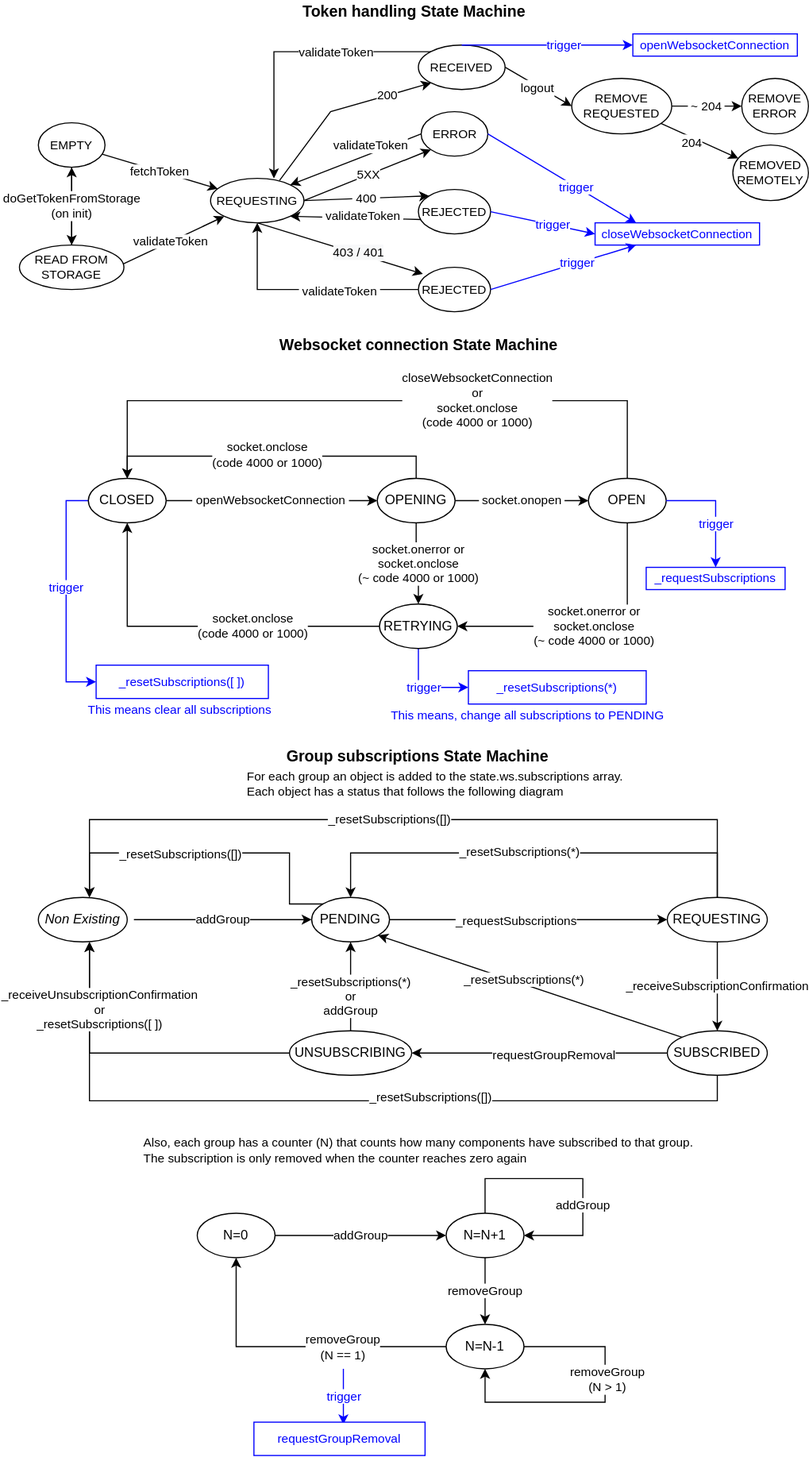
lsst-ts/LOVE-frontend keeps this draw.io diagram as love/docsrc/assets/redux-ws-connection.svg. Above is the earlier version. Source tidied: cells renumbered, new cells last; positions are measured from the earlier drawing's top-left corner, leaving out a move shared by most shapes.
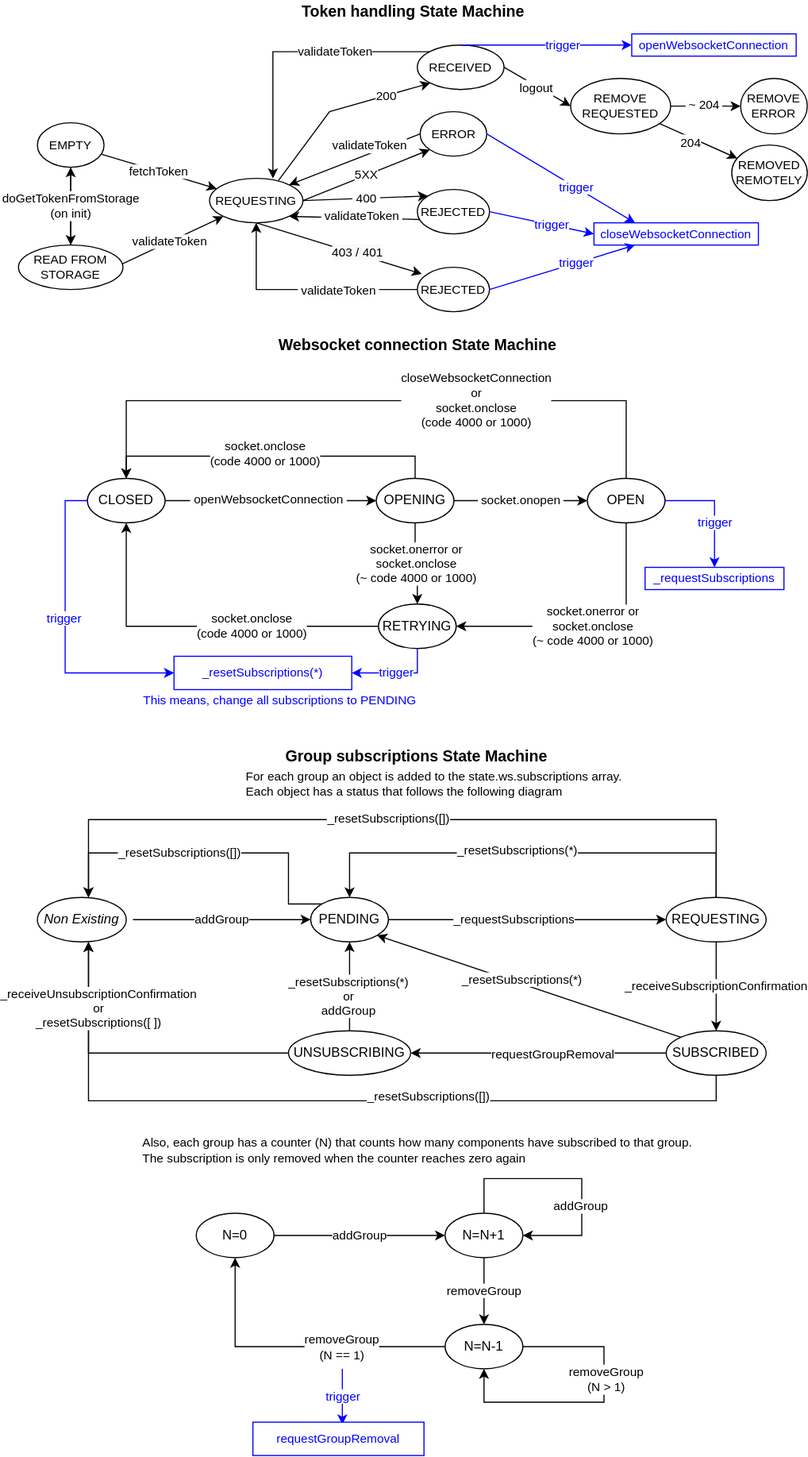
After the change.

Commit message:
Update diagram accordingly

What changed in the source:
```diff
@@ -2,7 +2,7 @@
   <root>
     <mxCell id="0" />
     <mxCell id="1" parent="0" />
-    <mxCell id="2" style="edgeStyle=orthogonalEdgeStyle;rounded=0;jettySize=auto;html=1;entryX=0;entryY=0.5;entryDx=0;entryDy=0;strokeColor=#0000FF;fontSize=11;fontColor=#000000;exitX=0;exitY=0.5;exitDx=0;exitDy=0;" parent="1" edge="1" source="4" target="49">
+    <mxCell id="2" style="edgeStyle=orthogonalEdgeStyle;rounded=0;jettySize=auto;html=1;entryX=0;entryY=0.5;entryDx=0;entryDy=0;strokeColor=#0000FF;fontSize=11;fontColor=#000000;exitX=0;exitY=0.5;exitDx=0;exitDy=0;" parent="1" edge="1" source="4" target="46">
       <mxGeometry relative="1" as="geometry" />
     </mxCell>
     <mxCell id="3" value="trigger" style="text;html=1;align=center;verticalAlign=middle;labelBackgroundColor=#ffffff;fontSize=11;fontColor=#0000FF;" parent="2" vertex="1">
@@ -34,7 +34,7 @@
     <mxCell id="10" value="socket.onclose&lt;br&gt;(code 4000 or 1000)" style="edgeStyle=orthogonalEdgeStyle;rounded=0;jettySize=auto;html=1;entryX=0.5;entryY=1;entryDx=0;entryDy=0;fontSize=11;" parent="1" edge="1" source="12" target="4">
       <mxGeometry x="-0.29" relative="1" as="geometry" />
     </mxCell>
-    <mxCell id="11" value="&lt;font color=&quot;#0000ff&quot;&gt;trigger&lt;/font&gt;" style="edgeStyle=orthogonalEdgeStyle;rounded=0;jettySize=auto;html=1;exitX=0.5;exitY=1;exitDx=0;exitDy=0;entryX=0;entryY=0.5;entryDx=0;entryDy=0;fontSize=11;strokeColor=#0000FF;" parent="1" edge="1" source="12" target="46">
+    <mxCell id="11" value="&lt;font color=&quot;#0000ff&quot;&gt;trigger&lt;/font&gt;" style="edgeStyle=orthogonalEdgeStyle;rounded=0;jettySize=auto;html=1;exitX=0.5;exitY=1;exitDx=0;exitDy=0;entryX=1;entryY=0.5;entryDx=0;entryDy=0;fontSize=11;strokeColor=#0000FF;" parent="1" edge="1" source="12" target="46">
       <mxGeometry relative="1" as="geometry" />
     </mxCell>
     <mxCell id="12" value="RETRYING" style="ellipse;whiteSpace=wrap;html=1;" parent="1" vertex="1">
@@ -177,7 +177,7 @@
       <mxGeometry x="203" y="690" width="350" height="30" as="geometry" />
     </mxCell>
     <mxCell id="46" value="&lt;span style=&quot;color: rgb(0 , 0 , 255) ; white-space: normal ; background-color: rgb(255 , 255 , 255)&quot;&gt;_resetSubscriptions(*)&lt;/span&gt;" style="rounded=0;whiteSpace=wrap;html=1;fontSize=11;strokeColor=#0000FF;" parent="1" vertex="1">
-      <mxGeometry x="404" y="603" width="160" height="30" as="geometry" />
+      <mxGeometry x="140" y="590" width="160" height="30" as="geometry" />
     </mxCell>
     <mxCell id="47" value="&lt;font color=&quot;#0000ff&quot;&gt;trigger&lt;/font&gt;" style="edgeStyle=orthogonalEdgeStyle;rounded=0;jettySize=auto;html=1;exitX=1;exitY=0.5;exitDx=0;exitDy=0;entryX=0.5;entryY=0;entryDx=0;entryDy=0;fontSize=11;strokeColor=#0000FF;" parent="1" edge="1" source="9" target="48">
       <mxGeometry x="-0.15" y="-20" relative="1" as="geometry">
@@ -187,14 +187,8 @@
     <mxCell id="48" value="&lt;span style=&quot;white-space: nowrap ; background-color: rgb(255 , 255 , 255)&quot;&gt;&lt;font color=&quot;#0000ff&quot;&gt;_requestSubscriptions&lt;/font&gt;&lt;/span&gt;" style="rounded=0;whiteSpace=wrap;html=1;fontSize=11;strokeColor=#0000FF;" parent="1" vertex="1">
       <mxGeometry x="564" y="510" width="125" height="20" as="geometry" />
     </mxCell>
-    <mxCell id="49" value="&lt;span style=&quot;color: rgb(0 , 0 , 255) ; white-space: normal ; background-color: rgb(255 , 255 , 255)&quot;&gt;_resetSubscriptions([ ])&lt;/span&gt;" style="rounded=0;whiteSpace=wrap;html=1;fontSize=11;strokeColor=#0000FF;" parent="1" vertex="1">
-      <mxGeometry x="69" y="598" width="155" height="30" as="geometry" />
-    </mxCell>
-    <mxCell id="50" value="This means clear all subscriptions" style="text;html=1;align=center;verticalAlign=middle;fontSize=11;fontColor=#0000FF;" parent="1" vertex="1">
-      <mxGeometry x="54" y="628" width="180" height="20" as="geometry" />
-    </mxCell>
     <mxCell id="51" value="This means, change all subscriptions to PENDING" style="text;html=1;align=center;verticalAlign=middle;fontSize=11;fontColor=#0000FF;" parent="1" vertex="1">
-      <mxGeometry x="327" y="633" width="260" height="20" as="geometry" />
+      <mxGeometry x="105" y="620" width="260" height="20" as="geometry" />
     </mxCell>
     <mxCell id="52" value="&lt;font style=&quot;font-size: 14px&quot;&gt;Token handling State Machine&lt;/font&gt;" style="text;html=1;align=center;verticalAlign=middle;fontSize=11;fontStyle=1;" parent="1" vertex="1">
       <mxGeometry x="245" width="220" height="20" as="geometry" />
```
